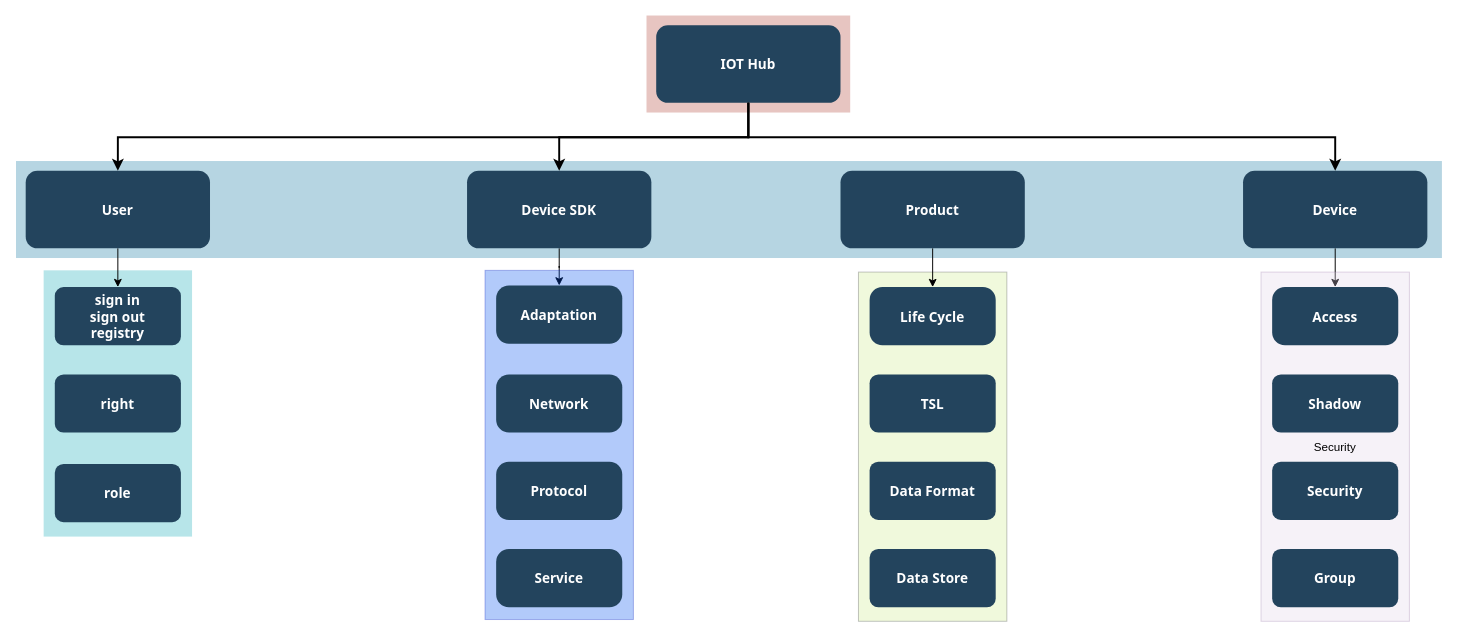
Earlier version of the draw.io diagram example/系统总体功能架构.drawio (luzhenqian/gogogo). Source tidied: cells renumbered, new cells numbered last; positions are measured from the earlier drawing's top-left corner, leaving out a move shared by most shapes. Both pictures are drawn from the tidied source at 97%, with x=0, y=0 at pixel (16, 16).
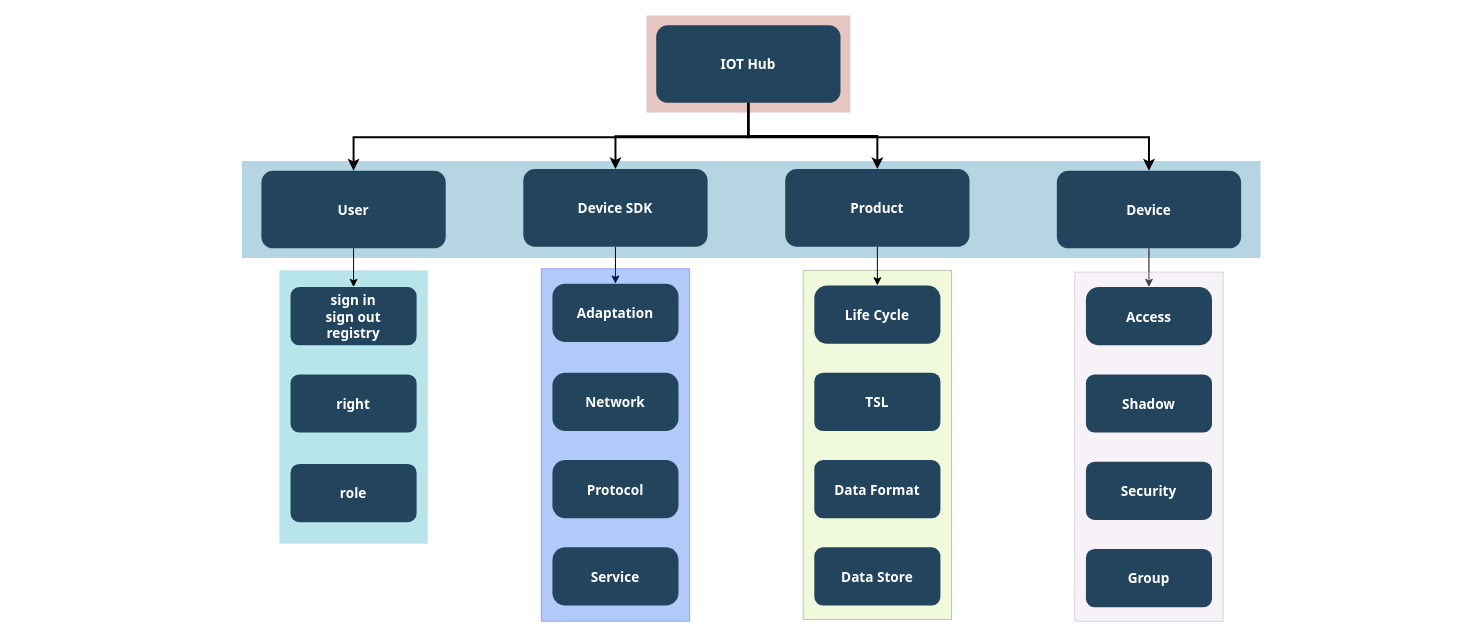
Above is the later version.

Commit message (it also covers changes not shown here):
Update 系统总体功能架构.drawio

The change refers to these unchanged cells:
```xml
<mxCell id="6" value="IOT Hub" style="rounded=1;fillColor=#23445D;gradientColor=none;strokeColor=none;fontColor=#FFFFFF;fontStyle=1;fontFamily=Tahoma;fontSize=14;" parent="1" vertex="1">
  <mxGeometry x="660" y="9.5" width="190" height="80" as="geometry" />
</mxCell>
```

The edit, as a diff of the source:
```diff
@@
     <mxCell id="2" style="fillColor=#cdeb8b;opacity=30;strokeColor=#36393d;" parent="1" vertex="1">
-      <mxGeometry x="868.5" y="264" width="153" height="360" as="geometry" />
+      <mxGeometry x="811.5" y="262.2" width="153" height="360" as="geometry" />
     </mxCell>
@@
     <mxCell id="4" style="fillColor=#10739E;strokeColor=none;opacity=30;" parent="1" vertex="1">
-      <mxGeometry y="149.5" width="1470" height="100" as="geometry" />
+      <mxGeometry x="233" y="149.5" width="1050" height="100" as="geometry" />
     </mxCell>
     <mxCell id="5" style="fillColor=#12AAB5;strokeColor=none;opacity=30;" parent="1" vertex="1">
-      <mxGeometry x="28.5" y="262.2" width="153" height="274.5" as="geometry" />
+      <mxGeometry x="271.5" y="262.2" width="153" height="281.8" as="geometry" />
     </mxCell>
+    <mxCell id="35" style="edgeStyle=orthogonalEdgeStyle;rounded=0;jettySize=auto;html=1;exitX=0.5;exitY=1;exitDx=0;exitDy=0;entryX=0.5;entryY=0;entryDx=0;entryDy=0;strokeWidth=2;" parent="1" edge="1" source="6" target="11">
+      <mxGeometry relative="1" as="geometry" />
+    </mxCell>
@@
     <mxCell id="8" value="Device" style="rounded=1;fillColor=#23445D;gradientColor=none;strokeColor=none;fontColor=#FFFFFF;fontStyle=1;fontFamily=Tahoma;fontSize=14;" parent="1" vertex="1">
-      <mxGeometry x="1265" y="159.5" width="190" height="80" as="geometry" />
+      <mxGeometry x="1073" y="159.5" width="190" height="80" as="geometry" />
     </mxCell>
@@
     <mxCell id="11" value="Product" style="rounded=1;fillColor=#23445D;gradientColor=none;strokeColor=none;fontColor=#FFFFFF;fontStyle=1;fontFamily=Tahoma;fontSize=14;" parent="1" vertex="1">
-      <mxGeometry x="850" y="159.5" width="190" height="80" as="geometry" />
+      <mxGeometry x="793" y="157.8" width="190" height="80" as="geometry" />
     </mxCell>
@@
     <mxCell id="13" value="Device SDK" style="rounded=1;fillColor=#23445D;gradientColor=none;strokeColor=none;fontColor=#FFFFFF;fontStyle=1;fontFamily=Tahoma;fontSize=14;" parent="1" vertex="1">
-      <mxGeometry x="465" y="159.5" width="190" height="80" as="geometry" />
+      <mxGeometry x="523" y="157.8" width="190" height="80" as="geometry" />
     </mxCell>
@@
     <mxCell id="15" value="User" style="rounded=1;fillColor=#23445D;gradientColor=none;strokeColor=none;fontColor=#FFFFFF;fontStyle=1;fontFamily=Tahoma;fontSize=14;" parent="1" vertex="1">
-      <mxGeometry x="10" y="159.5" width="190" height="80" as="geometry" />
+      <mxGeometry x="253" y="159.5" width="190" height="80" as="geometry" />
     </mxCell>
     <mxCell id="16" value="sign in&#10;sign out&#10;registry" style="rounded=1;fillColor=#23445D;gradientColor=none;strokeColor=none;fontColor=#FFFFFF;fontStyle=1;fontFamily=Tahoma;fontSize=14;" parent="1" vertex="1">
-      <mxGeometry x="40" y="279.5" width="130" height="60" as="geometry" />
+      <mxGeometry x="283" y="279.5" width="130" height="60" as="geometry" />
     </mxCell>
     <mxCell id="17" value="right" style="rounded=1;fillColor=#23445D;gradientColor=none;strokeColor=none;fontColor=#FFFFFF;fontStyle=1;fontFamily=Tahoma;fontSize=14;" parent="1" vertex="1">
-      <mxGeometry x="40" y="369.5" width="130" height="60" as="geometry" />
+      <mxGeometry x="283" y="369.5" width="130" height="60" as="geometry" />
     </mxCell>
     <mxCell id="18" value="Life Cycle" style="rounded=1;fillColor=#23445D;gradientColor=none;strokeColor=none;fontColor=#FFFFFF;fontStyle=1;fontFamily=Tahoma;fontSize=14;arcSize=22;" parent="1" vertex="1">
-      <mxGeometry x="880" y="279.5" width="130" height="60" as="geometry" />
+      <mxGeometry x="823" y="277.8" width="130" height="60" as="geometry" />
     </mxCell>
     <mxCell id="19" value="TSL" style="rounded=1;fillColor=#23445D;gradientColor=none;strokeColor=none;fontColor=#FFFFFF;fontStyle=1;fontFamily=Tahoma;fontSize=14;" parent="1" vertex="1">
-      <mxGeometry x="880" y="369.5" width="130" height="60" as="geometry" />
+      <mxGeometry x="823" y="367.8" width="130" height="60" as="geometry" />
     </mxCell>
     <mxCell id="20" value="Data Format" style="rounded=1;fillColor=#23445D;gradientColor=none;strokeColor=none;fontColor=#FFFFFF;fontStyle=1;fontFamily=Tahoma;fontSize=14;" parent="1" vertex="1">
-      <mxGeometry x="880" y="459.5" width="130" height="60" as="geometry" />
+      <mxGeometry x="823" y="457.8" width="130" height="60" as="geometry" />
     </mxCell>
@@
     <mxCell id="23" value="role" style="rounded=1;fillColor=#23445D;gradientColor=none;strokeColor=none;fontColor=#FFFFFF;fontStyle=1;fontFamily=Tahoma;fontSize=14;" parent="1" vertex="1">
-      <mxGeometry x="40" y="461.8" width="130" height="60" as="geometry" />
+      <mxGeometry x="283" y="461.8" width="130" height="60" as="geometry" />
     </mxCell>
     <mxCell id="24" value="Data Store" style="rounded=1;fillColor=#23445D;gradientColor=none;strokeColor=none;fontColor=#FFFFFF;fontStyle=1;fontFamily=Tahoma;fontSize=14;" parent="1" vertex="1">
-      <mxGeometry x="880" y="549.5" width="130" height="60" as="geometry" />
+      <mxGeometry x="823" y="547.8" width="130" height="60" as="geometry" />
     </mxCell>
-    <mxCell id="25" value="Security" style="fillColor=#e1d5e7;opacity=30;strokeColor=#9673a6;" parent="1" vertex="1">
-      <mxGeometry x="1283.5" y="264" width="153" height="360" as="geometry" />
+    <mxCell id="25" style="fillColor=#e1d5e7;opacity=30;strokeColor=#9673a6;" parent="1" vertex="1">
+      <mxGeometry x="1091.5" y="264" width="153" height="360" as="geometry" />
     </mxCell>
     <mxCell id="26" value="Access" style="rounded=1;fillColor=#23445D;gradientColor=none;strokeColor=none;fontColor=#FFFFFF;fontStyle=1;fontFamily=Tahoma;fontSize=14;arcSize=22;" parent="1" vertex="1">
-      <mxGeometry x="1295" y="279.5" width="130" height="60" as="geometry" />
+      <mxGeometry x="1103" y="279.5" width="130" height="60" as="geometry" />
     </mxCell>
     <mxCell id="27" value="Shadow" style="rounded=1;fillColor=#23445D;gradientColor=none;strokeColor=none;fontColor=#FFFFFF;fontStyle=1;fontFamily=Tahoma;fontSize=14;" parent="1" vertex="1">
-      <mxGeometry x="1295" y="369.5" width="130" height="60" as="geometry" />
+      <mxGeometry x="1103" y="369.5" width="130" height="60" as="geometry" />
     </mxCell>
     <mxCell id="28" style="fillColor=#0050ef;opacity=30;strokeColor=#001DBC;fontColor=#ffffff;" parent="1" vertex="1">
-      <mxGeometry x="483.5" y="262.2" width="153" height="360" as="geometry" />
+      <mxGeometry x="541.5" y="260.5" width="153" height="363.5" as="geometry" />
     </mxCell>
     <mxCell id="29" value="Adaptation" style="rounded=1;fillColor=#23445D;gradientColor=none;strokeColor=none;fontColor=#FFFFFF;fontStyle=1;fontFamily=Tahoma;fontSize=14;arcSize=22;" parent="1" vertex="1">
-      <mxGeometry x="495" y="277.8" width="130" height="60" as="geometry" />
+      <mxGeometry x="553" y="276" width="130" height="60" as="geometry" />
     </mxCell>
     <mxCell id="30" value="Network" style="rounded=1;fillColor=#23445D;gradientColor=none;strokeColor=none;fontColor=#FFFFFF;fontStyle=1;fontFamily=Tahoma;fontSize=14;arcSize=22;" parent="1" vertex="1">
-      <mxGeometry x="495" y="369.5" width="130" height="60" as="geometry" />
+      <mxGeometry x="553" y="367.8" width="130" height="60" as="geometry" />
     </mxCell>
     <mxCell id="31" value="Protocol" style="rounded=1;fillColor=#23445D;gradientColor=none;strokeColor=none;fontColor=#FFFFFF;fontStyle=1;fontFamily=Tahoma;fontSize=14;arcSize=22;" parent="1" vertex="1">
-      <mxGeometry x="495" y="459.5" width="130" height="60" as="geometry" />
+      <mxGeometry x="553" y="457.8" width="130" height="60" as="geometry" />
     </mxCell>
     <mxCell id="32" value="Service" style="rounded=1;fillColor=#23445D;gradientColor=none;strokeColor=none;fontColor=#FFFFFF;fontStyle=1;fontFamily=Tahoma;fontSize=14;arcSize=22;" parent="1" vertex="1">
-      <mxGeometry x="495" y="549.5" width="130" height="60" as="geometry" />
+      <mxGeometry x="553" y="547.8" width="130" height="60" as="geometry" />
     </mxCell>
     <mxCell id="33" value="Security" style="rounded=1;fillColor=#23445D;gradientColor=none;strokeColor=none;fontColor=#FFFFFF;fontStyle=1;fontFamily=Tahoma;fontSize=14;" parent="1" vertex="1">
-      <mxGeometry x="1295" y="459.5" width="130" height="60" as="geometry" />
+      <mxGeometry x="1103" y="459.5" width="130" height="60" as="geometry" />
     </mxCell>
     <mxCell id="34" value="Group" style="rounded=1;fillColor=#23445D;gradientColor=none;strokeColor=none;fontColor=#FFFFFF;fontStyle=1;fontFamily=Tahoma;fontSize=14;" parent="1" vertex="1">
-      <mxGeometry x="1295" y="549.5" width="130" height="60" as="geometry" />
+      <mxGeometry x="1103" y="549.5" width="130" height="60" as="geometry" />
     </mxCell>
```
